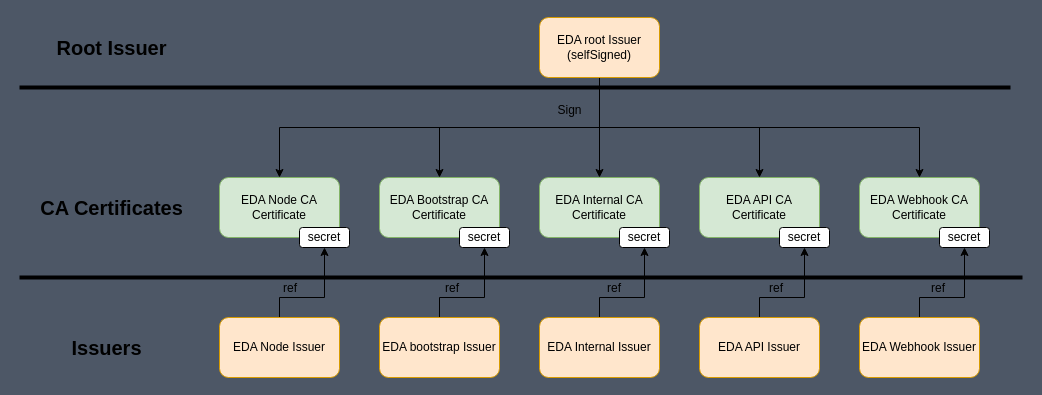
Above: page "[0] Issuers" (1 of 6) of eda-tls-issuers.drawio in nokia-eda/docs (draw.io), before the change. Source tidied: cells renumbered, new cells numbered last; positions are measured from the earlier drawing's top-left corner, leaving out a move shared by most shapes. Both pictures are drawn from the tidied source at 100%, with x=0, y=0 at pixel (19, 17).
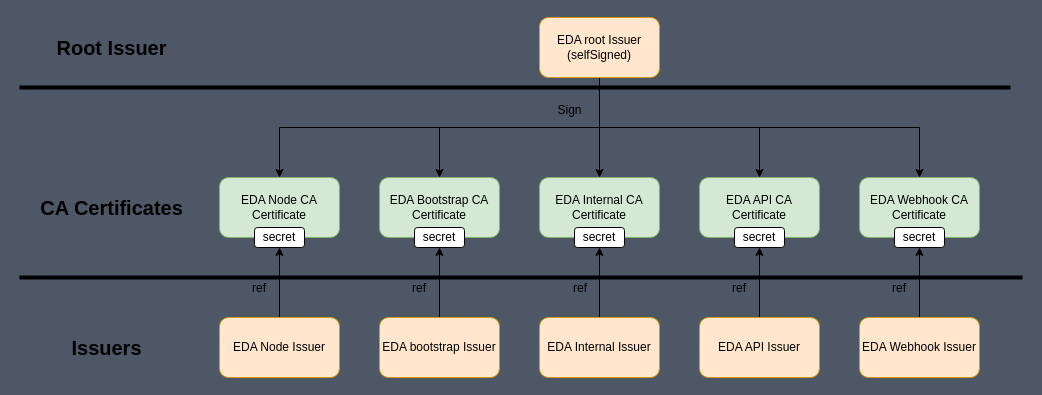
The same diagram, later.

Unchanged cells that the change refers to:
```xml
<mxCell id="15" value="EDA Node Issuer" style="rounded=1;whiteSpace=wrap;html=1;fillColor=#ffe6cc;strokeColor=#d79b00;" parent="1" vertex="1">
  <mxGeometry x="200" y="300" width="120" height="60" as="geometry" />
</mxCell>
<mxCell id="17" value="EDA bootstrap Issuer" style="rounded=1;whiteSpace=wrap;html=1;fillColor=#ffe6cc;strokeColor=#d79b00;" parent="1" vertex="1">
  <mxGeometry x="360" y="300" width="120" height="60" as="geometry" />
</mxCell>
<mxCell id="19" value="EDA Internal Issuer" style="rounded=1;whiteSpace=wrap;html=1;fillColor=#ffe6cc;strokeColor=#d79b00;" parent="1" vertex="1">
  <mxGeometry x="520" y="300" width="120" height="60" as="geometry" />
</mxCell>
<mxCell id="21" value="EDA API Issuer" style="rounded=1;whiteSpace=wrap;html=1;fillColor=#ffe6cc;strokeColor=#d79b00;" parent="1" vertex="1">
  <mxGeometry x="680" y="300" width="120" height="60" as="geometry" />
</mxCell>
<mxCell id="23" value="EDA Webhook Issuer" style="rounded=1;whiteSpace=wrap;html=1;fillColor=#ffe6cc;strokeColor=#d79b00;" parent="1" vertex="1">
  <mxGeometry x="840" y="300" width="120" height="60" as="geometry" />
</mxCell>
```

What changed in the source:
```diff
@@
     <mxCell id="13" value="secret" style="rounded=1;whiteSpace=wrap;html=1;" parent="1" vertex="1">
-      <mxGeometry x="280" y="210" width="50" height="20" as="geometry" />
+      <mxGeometry x="235" y="210" width="50" height="20" as="geometry" />
     </mxCell>
-    <mxCell id="14" style="edgeStyle=orthogonalEdgeStyle;rounded=0;jettySize=auto;html=1;exitX=0.5;exitY=0;exitDx=0;exitDy=0;" parent="1" edge="1" source="15" target="13">
+    <mxCell id="14" style="edgeStyle=orthogonalEdgeStyle;rounded=0;jettySize=auto;html=1;exitX=0.5;exitY=0;exitDx=0;exitDy=0;entryX=0.5;entryY=1;entryDx=0;entryDy=0;" parent="1" edge="1" source="15" target="13">
       <mxGeometry relative="1" as="geometry">
         <Array as="points">
-          <mxPoint x="260" y="280" />
-          <mxPoint x="305" y="280" />
+          <mxPoint x="260" y="250" />
+          <mxPoint x="260" y="250" />
         </Array>
       </mxGeometry>
     </mxCell>
@@
-    <mxCell id="16" style="edgeStyle=orthogonalEdgeStyle;rounded=0;jettySize=auto;html=1;exitX=0.5;exitY=0;exitDx=0;exitDy=0;" parent="1" edge="1" source="17" target="24">
+    <mxCell id="16" style="edgeStyle=orthogonalEdgeStyle;rounded=0;jettySize=auto;html=1;exitX=0.5;exitY=0;exitDx=0;exitDy=0;entryX=0.5;entryY=1;entryDx=0;entryDy=0;" parent="1" edge="1" source="17" target="24">
       <mxGeometry relative="1" as="geometry">
         <Array as="points">
-          <mxPoint x="420" y="280" />
-          <mxPoint x="465" y="280" />
+          <mxPoint x="420" y="260" />
+          <mxPoint x="420" y="260" />
         </Array>
       </mxGeometry>
     </mxCell>
@@
     <mxCell id="18" style="edgeStyle=orthogonalEdgeStyle;rounded=0;jettySize=auto;html=1;exitX=0.5;exitY=0;exitDx=0;exitDy=0;entryX=0.5;entryY=1;entryDx=0;entryDy=0;" parent="1" edge="1" source="19" target="25">
       <mxGeometry relative="1" as="geometry">
         <Array as="points">
-          <mxPoint x="580" y="280" />
-          <mxPoint x="625" y="280" />
+          <mxPoint x="580" y="250" />
+          <mxPoint x="580" y="250" />
         </Array>
       </mxGeometry>
     </mxCell>
@@
     <mxCell id="20" style="edgeStyle=orthogonalEdgeStyle;rounded=0;jettySize=auto;html=1;exitX=0.5;exitY=0;exitDx=0;exitDy=0;entryX=0.5;entryY=1;entryDx=0;entryDy=0;" parent="1" edge="1" source="21" target="26">
       <mxGeometry relative="1" as="geometry">
         <Array as="points">
-          <mxPoint x="740" y="280" />
-          <mxPoint x="785" y="280" />
+          <mxPoint x="740" y="250" />
+          <mxPoint x="740" y="250" />
         </Array>
       </mxGeometry>
     </mxCell>
@@
     <mxCell id="22" style="edgeStyle=orthogonalEdgeStyle;rounded=0;jettySize=auto;html=1;exitX=0.5;exitY=0;exitDx=0;exitDy=0;entryX=0.5;entryY=1;entryDx=0;entryDy=0;" parent="1" edge="1" source="23" target="27">
       <mxGeometry relative="1" as="geometry">
         <Array as="points">
-          <mxPoint x="900" y="280" />
-          <mxPoint x="945" y="280" />
+          <mxPoint x="900" y="250" />
+          <mxPoint x="900" y="250" />
         </Array>
       </mxGeometry>
     </mxCell>
@@
     <mxCell id="24" value="secret" style="rounded=1;whiteSpace=wrap;html=1;" parent="1" vertex="1">
-      <mxGeometry x="440" y="210" width="50" height="20" as="geometry" />
+      <mxGeometry x="395" y="210" width="50" height="20" as="geometry" />
     </mxCell>
     <mxCell id="25" value="secret" style="rounded=1;whiteSpace=wrap;html=1;" parent="1" vertex="1">
-      <mxGeometry x="600" y="210" width="50" height="20" as="geometry" />
+      <mxGeometry x="555" y="210" width="50" height="20" as="geometry" />
     </mxCell>
     <mxCell id="26" value="secret" style="rounded=1;whiteSpace=wrap;html=1;" parent="1" vertex="1">
-      <mxGeometry x="760" y="210" width="50" height="20" as="geometry" />
+      <mxGeometry x="715" y="210" width="50" height="20" as="geometry" />
     </mxCell>
     <mxCell id="27" value="secret" style="rounded=1;whiteSpace=wrap;html=1;" parent="1" vertex="1">
-      <mxGeometry x="920" y="210" width="50" height="20" as="geometry" />
+      <mxGeometry x="875" y="210" width="50" height="20" as="geometry" />
     </mxCell>
@@
     <mxCell id="34" value="ref" style="text;html=1;whiteSpace=wrap;strokeColor=none;fillColor=none;align=center;verticalAlign=middle;rounded=0;" parent="1" vertex="1">
-      <mxGeometry x="241" y="256" width="60" height="30" as="geometry" />
+      <mxGeometry x="210" y="256" width="60" height="30" as="geometry" />
     </mxCell>
     <mxCell id="35" value="ref" style="text;html=1;whiteSpace=wrap;strokeColor=none;fillColor=none;align=center;verticalAlign=middle;rounded=0;" parent="1" vertex="1">
-      <mxGeometry x="403" y="256" width="60" height="30" as="geometry" />
+      <mxGeometry x="370" y="256" width="60" height="30" as="geometry" />
     </mxCell>
     <mxCell id="36" value="ref" style="text;html=1;whiteSpace=wrap;strokeColor=none;fillColor=none;align=center;verticalAlign=middle;rounded=0;" parent="1" vertex="1">
-      <mxGeometry x="565" y="256" width="60" height="30" as="geometry" />
+      <mxGeometry x="531" y="256" width="60" height="30" as="geometry" />
     </mxCell>
     <mxCell id="37" value="ref" style="text;html=1;whiteSpace=wrap;strokeColor=none;fillColor=none;align=center;verticalAlign=middle;rounded=0;" parent="1" vertex="1">
-      <mxGeometry x="727" y="256" width="60" height="30" as="geometry" />
+      <mxGeometry x="690" y="256" width="60" height="30" as="geometry" />
     </mxCell>
     <mxCell id="38" value="ref" style="text;html=1;whiteSpace=wrap;strokeColor=none;fillColor=none;align=center;verticalAlign=middle;rounded=0;" parent="1" vertex="1">
-      <mxGeometry x="889" y="256" width="60" height="30" as="geometry" />
+      <mxGeometry x="850" y="256" width="60" height="30" as="geometry" />
     </mxCell>
```
